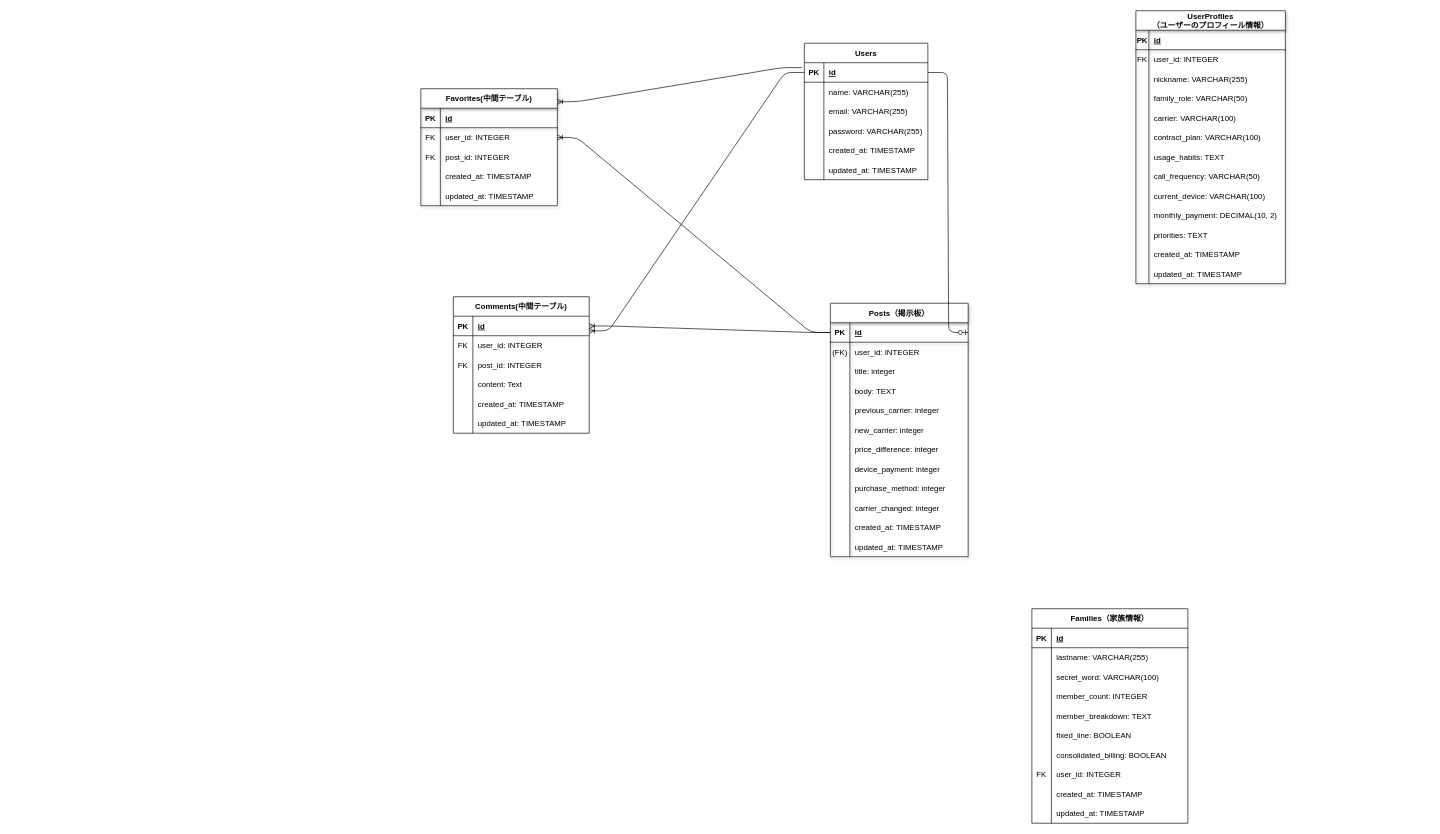
Above: ER.drawio in nosuke1024/tonaritsushin (draw.io), before the change. Source tidied: cells renumbered, new cells numbered last; positions are measured from the earlier drawing's top-left corner, leaving out a move shared by most shapes. Both pictures are drawn from the tidied source at 65%, with x=0, y=0 at pixel (421, 10).
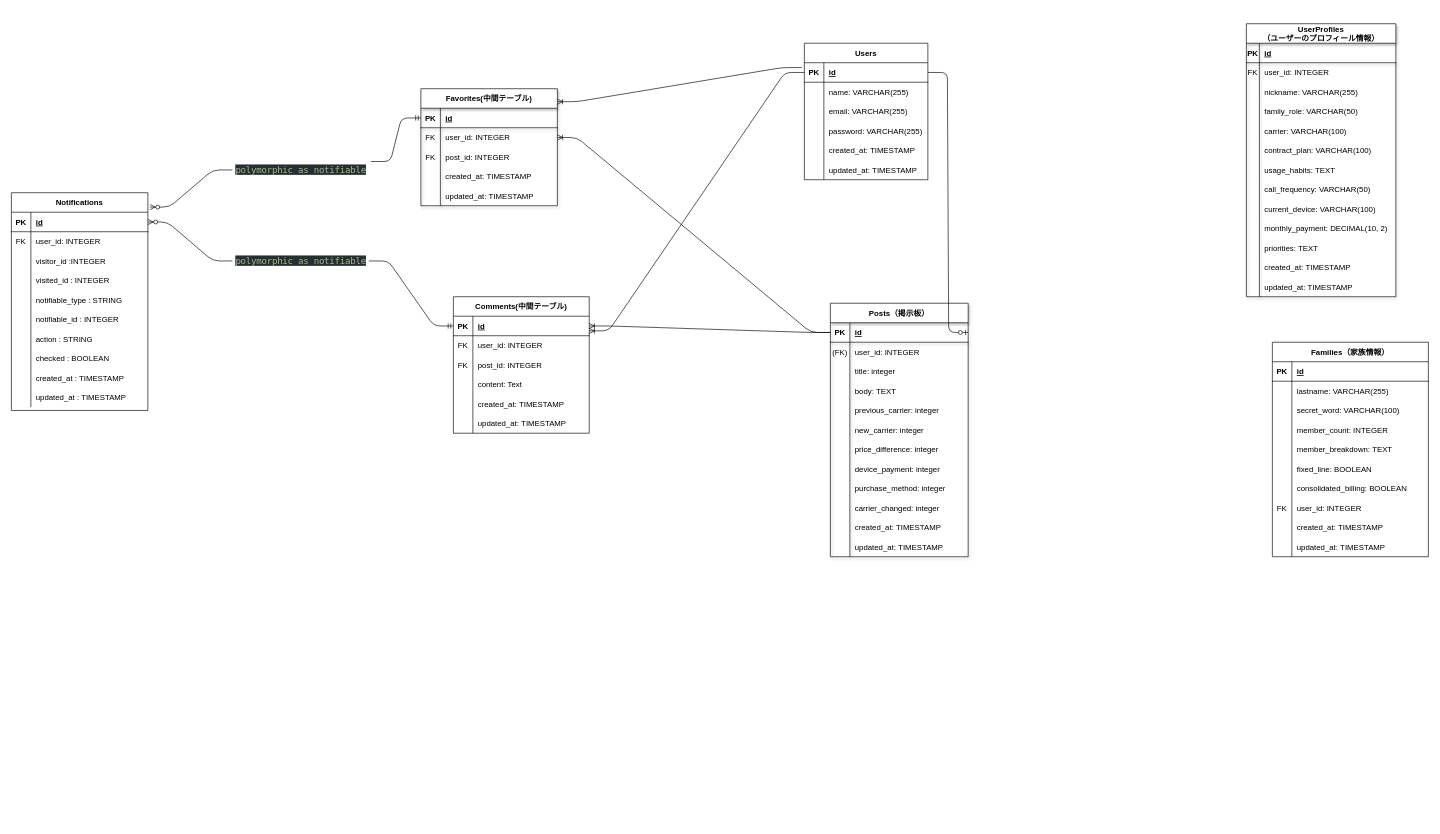
After the change.

Commit message:
通知機能のER図の作成

The change refers to these unchanged cells:
```xml
<mxCell id="111" style="shape=tableRow;horizontal=0;startSize=0;swimlaneHead=0;swimlaneBody=0;fillColor=none;points=[[0,0.5],[1,0.5]];portConstraint=eastwest;top=0;left=0;right=0;bottom=1;shadow=1;" parent="110" vertex="1">
  <mxGeometry y="30" width="210" height="30" as="geometry" />
</mxCell>
<mxCell id="149" style="shape=tableRow;horizontal=0;startSize=0;swimlaneHead=0;swimlaneBody=0;fillColor=none;points=[[0,0.5],[1,0.5]];portConstraint=eastwest;top=0;left=0;right=0;bottom=1;" parent="148" vertex="1">
  <mxGeometry y="30" width="209" height="30" as="geometry" />
</mxCell>
```

What changed in the source:
```diff
@@
     <mxCell id="2" value="UserProfiles&#10;（ユーザーのプロフィール情報）" style="shape=table;startSize=30;childLayout=tableLayout;rowLines=0;fontStyle=1;align=center;shadow=1;" parent="1" vertex="1">
-      <mxGeometry x="1100" width="230" height="420" as="geometry" />
+      <mxGeometry x="1270" y="20" width="230" height="420" as="geometry" />
     </mxCell>
@@
     <mxCell id="42" value="Families（家族情報）" style="shape=table;startSize=30;childLayout=tableLayout;rowLines=0;fontStyle=1;align=center;" parent="1" vertex="1">
-      <mxGeometry x="940" y="920" width="240" height="330" as="geometry" />
+      <mxGeometry x="1310" y="510" width="240" height="330" as="geometry" />
     </mxCell>
@@
+    <mxCell id="169" value="Notifications" style="shape=table;startSize=30;childLayout=tableLayout;rowLines=0;fontStyle=1;align=center;" parent="1" vertex="1">
+      <mxGeometry x="-630" y="280" width="210" height="335" as="geometry" />
+    </mxCell>
+    <mxCell id="170" style="shape=tableRow;horizontal=0;startSize=0;swimlaneHead=0;swimlaneBody=0;fillColor=none;points=[[0,0.5],[1,0.5]];portConstraint=eastwest;top=0;left=0;right=0;bottom=1;" parent="169" vertex="1">
+      <mxGeometry y="30" width="210" height="30" as="geometry" />
+    </mxCell>
+    <mxCell id="171" value="PK" style="shape=partialRectangle;fillColor=none;top=0;left=0;bottom=0;right=0;fontStyle=1;overflow=hidden;" parent="170" vertex="1">
+      <mxGeometry width="30" height="30" as="geometry" />
+    </mxCell>
+    <mxCell id="172" value="id" style="shape=partialRectangle;fillColor=none;top=0;left=0;bottom=0;right=0;align=left;spacingLeft=6;fontStyle=5;overflow=hidden;" parent="170" vertex="1">
+      <mxGeometry x="30" width="180" height="30" as="geometry" />
+    </mxCell>
+    <mxCell id="173" style="shape=tableRow;horizontal=0;startSize=0;swimlaneHead=0;swimlaneBody=0;fillColor=none;top=0;left=0;right=0;bottom=0;" parent="169" vertex="1">
+      <mxGeometry y="60" width="210" height="30" as="geometry" />
+    </mxCell>
+    <mxCell id="174" value="FK" style="shape=partialRectangle;fillColor=none;top=0;left=0;bottom=0;right=0;overflow=hidden;" parent="173" vertex="1">
+      <mxGeometry width="30" height="30" as="geometry" />
+    </mxCell>
+    <mxCell id="175" value="user_id: INTEGER" style="shape=partialRectangle;fillColor=none;top=0;left=0;bottom=0;right=0;align=left;spacingLeft=6;overflow=hidden;" parent="173" vertex="1">
+      <mxGeometry x="30" width="180" height="30" as="geometry" />
+    </mxCell>
+    <mxCell id="176" style="shape=tableRow;horizontal=0;startSize=0;swimlaneHead=0;swimlaneBody=0;fillColor=none;top=0;left=0;right=0;bottom=0;" parent="169" vertex="1">
+      <mxGeometry y="90" width="210" height="30" as="geometry" />
+    </mxCell>
+    <mxCell id="177" style="shape=partialRectangle;fillColor=none;top=0;left=0;bottom=0;right=0;overflow=hidden;" parent="176" vertex="1">
+      <mxGeometry width="30" height="30" as="geometry" />
+    </mxCell>
+    <mxCell id="178" value="visitor_id :INTEGER" style="shape=partialRectangle;fillColor=none;top=0;left=0;bottom=0;right=0;align=left;spacingLeft=6;overflow=hidden;" parent="176" vertex="1">
+      <mxGeometry x="30" width="180" height="30" as="geometry" />
+    </mxCell>
+    <mxCell id="179" style="shape=tableRow;horizontal=0;startSize=0;swimlaneHead=0;swimlaneBody=0;fillColor=none;top=0;left=0;right=0;bottom=0;" parent="169" vertex="1">
+      <mxGeometry y="120" width="210" height="30" as="geometry" />
+    </mxCell>
+    <mxCell id="180" style="shape=partialRectangle;fillColor=none;top=0;left=0;bottom=0;right=0;overflow=hidden;" parent="179" vertex="1">
+      <mxGeometry width="30" height="30" as="geometry" />
+    </mxCell>
+    <mxCell id="181" value="visited_id : INTEGER" style="shape=partialRectangle;fillColor=none;top=0;left=0;bottom=0;right=0;align=left;spacingLeft=6;overflow=hidden;" parent="179" vertex="1">
+      <mxGeometry x="30" width="180" height="30" as="geometry" />
+    </mxCell>
+    <mxCell id="182" style="shape=tableRow;horizontal=0;startSize=0;swimlaneHead=0;swimlaneBody=0;fillColor=none;top=0;left=0;right=0;bottom=0;" parent="169" vertex="1">
+      <mxGeometry y="150" width="210" height="30" as="geometry" />
+    </mxCell>
+    <mxCell id="183" style="shape=partialRectangle;fillColor=none;top=0;left=0;bottom=0;right=0;overflow=hidden;" parent="182" vertex="1">
+      <mxGeometry width="30" height="30" as="geometry" />
+    </mxCell>
+    <mxCell id="184" value="notifiable_type : STRING" style="shape=partialRectangle;fillColor=none;top=0;left=0;bottom=0;right=0;align=left;spacingLeft=6;overflow=hidden;" parent="182" vertex="1">
+      <mxGeometry x="30" width="180" height="30" as="geometry" />
+    </mxCell>
+    <mxCell id="185" style="shape=tableRow;horizontal=0;startSize=0;swimlaneHead=0;swimlaneBody=0;fillColor=none;top=0;left=0;right=0;bottom=0;" parent="169" vertex="1">
+      <mxGeometry y="180" width="210" height="30" as="geometry" />
+    </mxCell>
+    <mxCell id="186" style="shape=partialRectangle;fillColor=none;top=0;left=0;bottom=0;right=0;overflow=hidden;" parent="185" vertex="1">
+      <mxGeometry width="30" height="30" as="geometry" />
+    </mxCell>
+    <mxCell id="187" value="notifiable_id : INTEGER" style="shape=partialRectangle;fillColor=none;top=0;left=0;bottom=0;right=0;align=left;spacingLeft=6;overflow=hidden;" parent="185" vertex="1">
+      <mxGeometry x="30" width="180" height="30" as="geometry" />
+    </mxCell>
+    <mxCell id="188" style="shape=tableRow;horizontal=0;startSize=0;swimlaneHead=0;swimlaneBody=0;fillColor=none;top=0;left=0;right=0;bottom=0;" parent="169" vertex="1">
+      <mxGeometry y="210" width="210" height="30" as="geometry" />
+    </mxCell>
+    <mxCell id="189" style="shape=partialRectangle;fillColor=none;top=0;left=0;bottom=0;right=0;overflow=hidden;" parent="188" vertex="1">
+      <mxGeometry width="30" height="30" as="geometry" />
+    </mxCell>
+    <mxCell id="190" value="action : STRING" style="shape=partialRectangle;fillColor=none;top=0;left=0;bottom=0;right=0;align=left;spacingLeft=6;overflow=hidden;" parent="188" vertex="1">
+      <mxGeometry x="30" width="180" height="30" as="geometry" />
+    </mxCell>
+    <mxCell id="191" style="shape=tableRow;horizontal=0;startSize=0;swimlaneHead=0;swimlaneBody=0;fillColor=none;top=0;left=0;right=0;bottom=0;" parent="169" vertex="1">
+      <mxGeometry y="240" width="210" height="30" as="geometry" />
+    </mxCell>
+    <mxCell id="192" style="shape=partialRectangle;fillColor=none;top=0;left=0;bottom=0;right=0;overflow=hidden;" parent="191" vertex="1">
+      <mxGeometry width="30" height="30" as="geometry" />
+    </mxCell>
+    <mxCell id="193" value="checked : BOOLEAN" style="shape=partialRectangle;fillColor=none;top=0;left=0;bottom=0;right=0;align=left;spacingLeft=6;overflow=hidden;" parent="191" vertex="1">
+      <mxGeometry x="30" width="180" height="30" as="geometry" />
+    </mxCell>
+    <mxCell id="194" style="shape=tableRow;horizontal=0;startSize=0;swimlaneHead=0;swimlaneBody=0;fillColor=none;top=0;left=0;right=0;bottom=0;" parent="169" vertex="1">
+      <mxGeometry y="270" width="210" height="30" as="geometry" />
+    </mxCell>
+    <mxCell id="195" style="shape=partialRectangle;fillColor=none;top=0;left=0;bottom=0;right=0;overflow=hidden;" parent="194" vertex="1">
+      <mxGeometry width="30" height="30" as="geometry" />
+    </mxCell>
+    <mxCell id="196" value="created_at : TIMESTAMP" style="shape=partialRectangle;fillColor=none;top=0;left=0;bottom=0;right=0;align=left;spacingLeft=6;overflow=hidden;" parent="194" vertex="1">
+      <mxGeometry x="30" width="180" height="30" as="geometry" />
+    </mxCell>
+    <mxCell id="197" style="shape=tableRow;horizontal=0;startSize=0;swimlaneHead=0;swimlaneBody=0;fillColor=none;top=0;left=0;right=0;bottom=0;" parent="169" vertex="1">
+      <mxGeometry y="300" width="210" height="30" as="geometry" />
+    </mxCell>
+    <mxCell id="198" style="shape=partialRectangle;fillColor=none;top=0;left=0;bottom=0;right=0;overflow=hidden;" parent="197" vertex="1">
+      <mxGeometry width="30" height="30" as="geometry" />
+    </mxCell>
+    <mxCell id="199" value="updated_at : TIMESTAMP" style="shape=partialRectangle;fillColor=none;top=0;left=0;bottom=0;right=0;align=left;spacingLeft=6;overflow=hidden;" parent="197" vertex="1">
+      <mxGeometry x="30" width="180" height="30" as="geometry" />
+    </mxCell>
+    <mxCell id="200" style="edgeStyle=entityRelationEdgeStyle;fontSize=12;html=1;endArrow=ERzeroToMany;startArrow=none;exitX=0;exitY=0.5;exitDx=0;exitDy=0;entryX=1;entryY=0.5;entryDx=0;entryDy=0;" parent="1" edge="1" source="203" target="170">
+      <mxGeometry relative="1" as="geometry" />
+    </mxCell>
+    <mxCell id="201" style="edgeStyle=entityRelationEdgeStyle;fontSize=12;html=1;endArrow=ERzeroToMany;startArrow=none;exitX=0;exitY=0.5;exitDx=0;exitDy=0;entryX=1.015;entryY=0.066;entryDx=0;entryDy=0;entryPerimeter=0;" parent="1" edge="1" source="205" target="169">
+      <mxGeometry relative="1" as="geometry" />
+    </mxCell>
+    <mxCell id="202" style="edgeStyle=entityRelationEdgeStyle;fontSize=12;html=1;endArrow=none;startArrow=ERmandOne;exitX=0;exitY=0.5;exitDx=0;exitDy=0;entryX=1;entryY=0.5;entryDx=0;entryDy=0;" parent="1" edge="1" source="149" target="203">
+      <mxGeometry relative="1" as="geometry" />
+    </mxCell>
+    <mxCell id="203" value="&lt;span style=&quot;color: rgb(152, 195, 121); font-family: &amp;quot;Fira Code&amp;quot;, &amp;quot;Fira Mono&amp;quot;, Menlo, Consolas, &amp;quot;DejaVu Sans Mono&amp;quot;, monospace; font-size: 14px; letter-spacing: -0.4px; text-align: left; background-color: rgb(40, 44, 52);&quot;&gt;polymorphic as notifiable&lt;/span&gt;" style="text;html=1;align=center;verticalAlign=middle;points=[];strokeColor=none;fillColor=none;" parent="1" vertex="1">
+      <mxGeometry x="-290" y="370" width="210" height="30" as="geometry" />
+    </mxCell>
+    <mxCell id="204" style="edgeStyle=entityRelationEdgeStyle;fontSize=12;html=1;endArrow=none;startArrow=ERmandOne;exitX=0;exitY=0.5;exitDx=0;exitDy=0;entryX=1.015;entryY=0.066;entryDx=0;entryDy=0;entryPerimeter=0;" parent="1" edge="1" source="111" target="205">
+      <mxGeometry relative="1" as="geometry" />
+    </mxCell>
+    <mxCell id="205" value="&lt;span style=&quot;color: rgb(152, 195, 121); font-family: &amp;quot;Fira Code&amp;quot;, &amp;quot;Fira Mono&amp;quot;, Menlo, Consolas, &amp;quot;DejaVu Sans Mono&amp;quot;, monospace; font-size: 14px; letter-spacing: -0.4px; text-align: left; background-color: rgb(40, 44, 52);&quot;&gt;polymorphic as notifiable&lt;/span&gt;" style="text;html=1;align=center;verticalAlign=middle;points=[];strokeColor=none;fillColor=none;" parent="1" vertex="1">
+      <mxGeometry x="-290" y="230" width="210" height="30" as="geometry" />
+    </mxCell>
```
